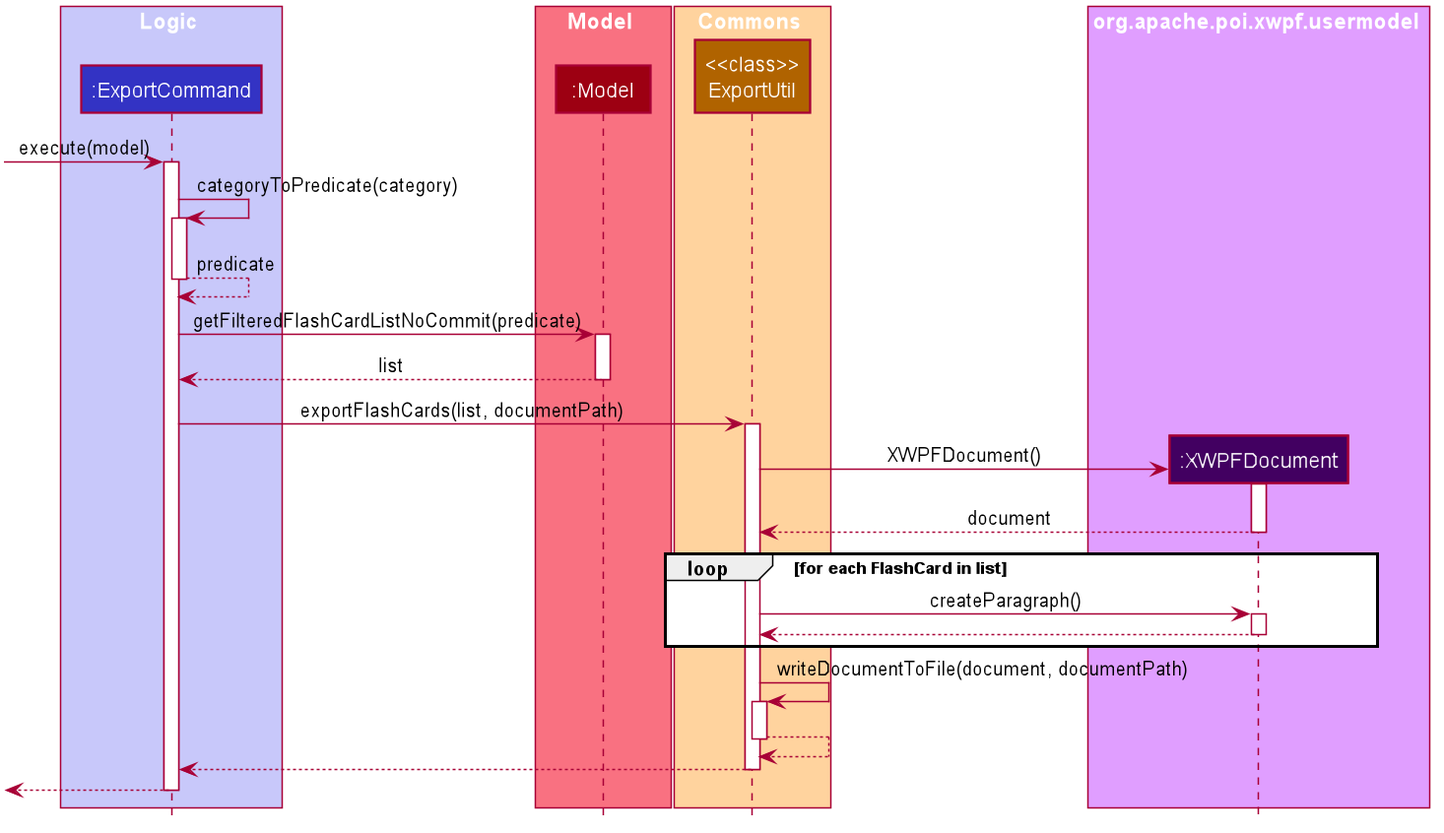
Above: images/ExportSequenceDiagram.png in AY1920S1-CS2103T-T12-4/main (PlantUML), before the change. Its diagram source:
```plantuml
@startuml










skinparam BackgroundColor #FFFFFFF

skinparam Shadowing false

skinparam Class {
    FontColor #FFFFFF
    BorderThickness 1
    BorderColor #FFFFFF
    StereotypeFontColor #FFFFFF
    FontName Arial
}

skinparam Actor {
    BorderColor #000000
    Color #000000
    FontName Arial
}

skinparam Sequence {
    MessageAlign center
    BoxFontSize 15
    BoxPadding 0
    BoxFontColor #FFFFFF
    FontName Arial
}

skinparam Participant {
    FontColor #FFFFFFF
    Padding 20
}

skinparam MinClassWidth 50
skinparam ParticipantPadding 10
skinparam Shadowing false
skinparam DefaultTextAlignment center
skinparam packageStyle Rectangle

hide footbox
hide members
hide circle

box Logic #C8C8FA
participant ":ExportCommand" as ExportCommand #3333C4
end box

box Model #F97181
participant ":Model" as Model #9D0012
end box

box Commons #ffd39e
participant "<<class>>\nExportUtil" as ExportUtil #b06300
end box

box org.apache.poi.xwpf.usermodel #e09eff
participant ":XWPFDocument" as XWPFDocument #420061
end box

[-> ExportCommand : execute(model)
activate ExportCommand

ExportCommand -> ExportCommand : categoryToPredicate(category)
activate ExportCommand
ExportCommand <-- ExportCommand : predicate
deactivate ExportCommand

ExportCommand -> Model : getFilteredFlashCardListNoCommit(predicate)
activate Model
ExportCommand <-- Model : list
deactivate Model

ExportCommand -> ExportUtil : exportFlashCards(list, documentPath)
activate ExportUtil

create XWPFDocument
ExportUtil -> XWPFDocument : XWPFDocument()
activate XWPFDocument

ExportUtil <-- XWPFDocument : document
deactivate XWPFDocument

loop for each FlashCard in list
    ExportUtil -> XWPFDocument : createParagraph()
    activate XWPFDocument

    ExportUtil <-- XWPFDocument
    deactivate XWPFDocument
end

ExportUtil -> ExportUtil : writeDocumentToFile(document, documentPath)
activate ExportUtil

ExportUtil <-- ExportUtil
deactivate ExportUtil

ExportCommand <-- ExportUtil
deactivate ExportUtil

[<--ExportCommand
deactivate ExportCommand
@enduml
```
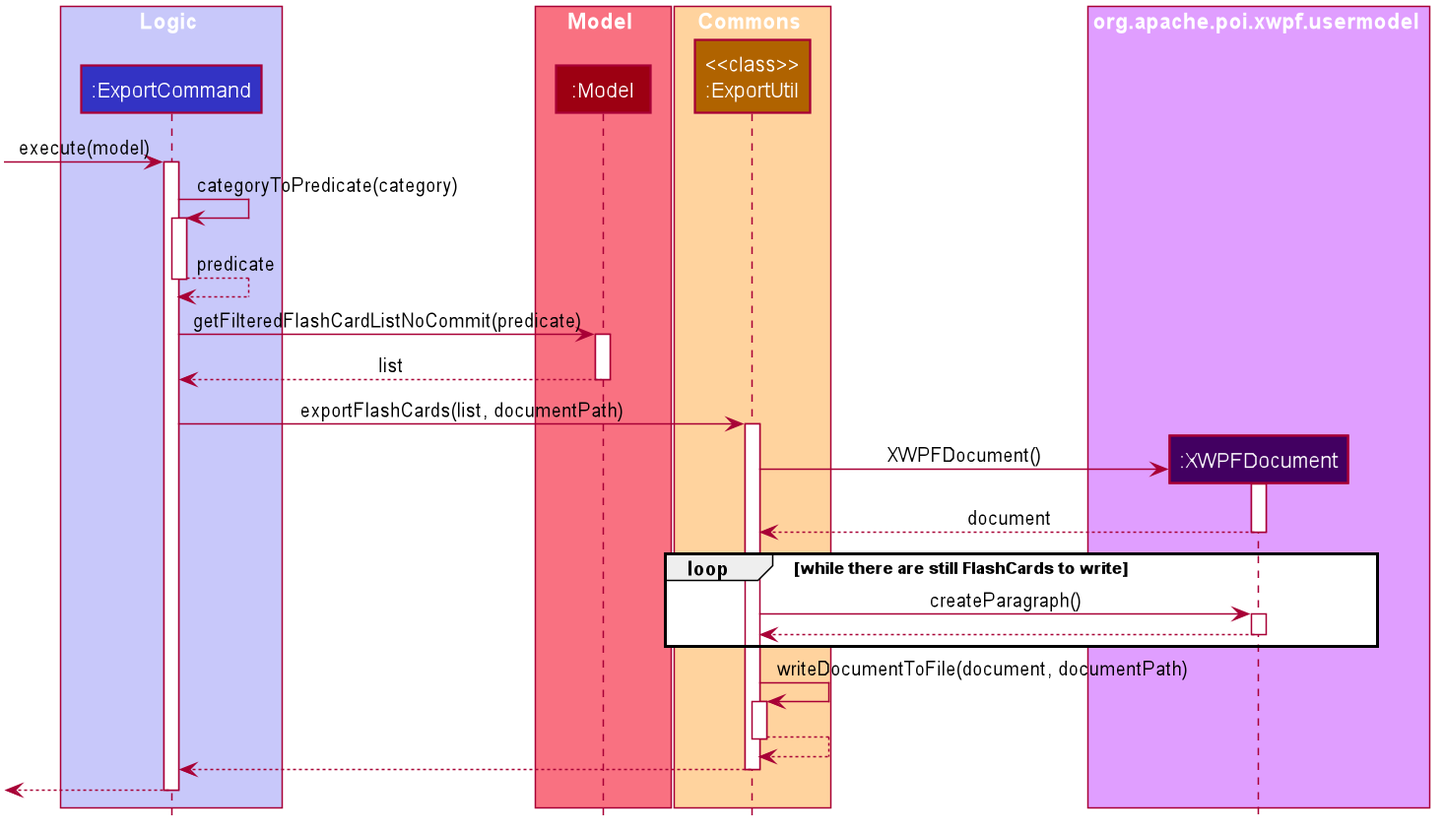
After the commit.

Diff of the diagram source:
```diff
@@ -59,7 +59,7 @@
 end box
 
 box Commons #ffd39e
-participant "<<class>>\nExportUtil" as ExportUtil #b06300
+participant "<<class>>\n:ExportUtil" as ExportUtil #b06300
 end box
 
 box org.apache.poi.xwpf.usermodel #e09eff
@@ -89,7 +89,7 @@
 ExportUtil <-- XWPFDocument : document
 deactivate XWPFDocument
 
-loop for each FlashCard in list
+loop while there are still FlashCards to write
     ExportUtil -> XWPFDocument : createParagraph()
     activate XWPFDocument
 
```
